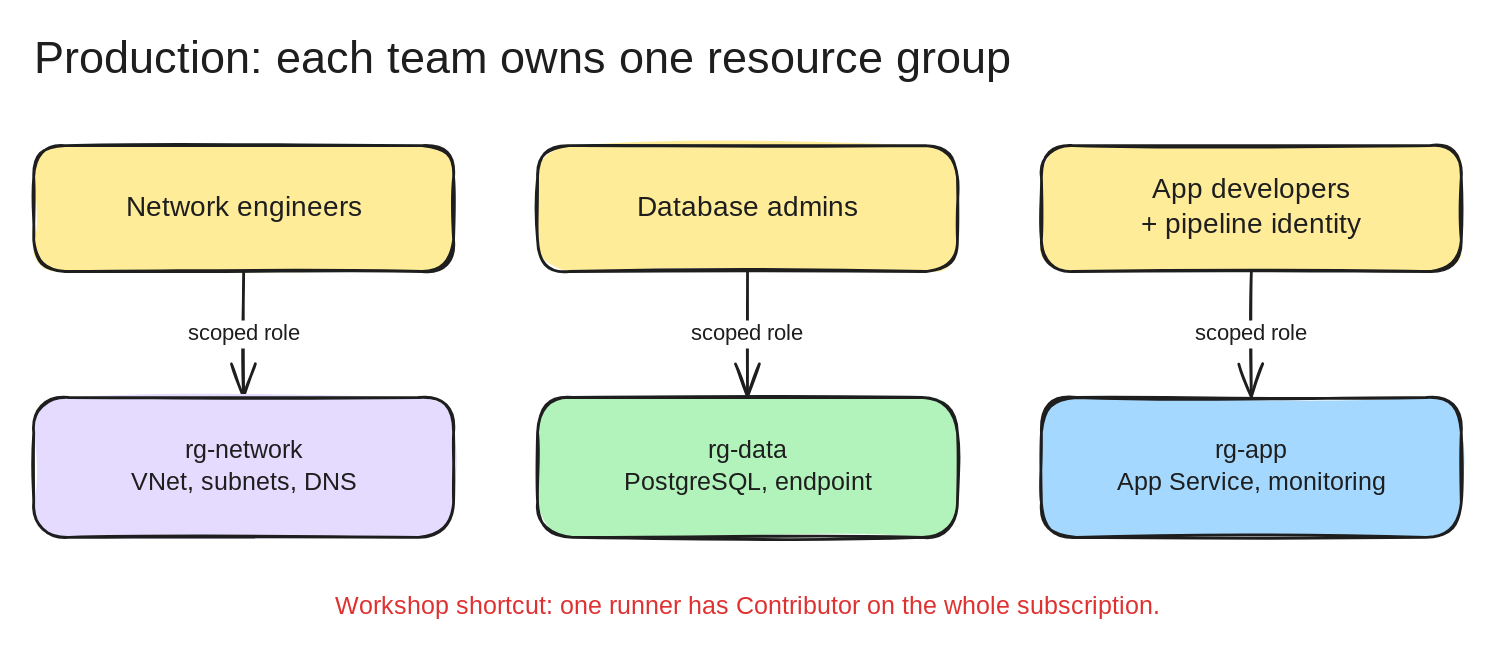
The Excalidraw diagram docs/diagrams/production-rbac.excalidraw.svg in lenvolk/guard-timekeeping, before a commit. Source tidied: one line per element, renumbered; positions are measured from the earlier drawing's top-left corner, leaving out a move shared by most shapes. Source of this version:
```json
{"id": 0, "type": "text", "text": "Production: each team owns one resource group", "strokeColor": "#1e1e1e", "strokeWidth": 2, "roughness": 1, "fontSize": 32, "fontFamily": 5, "x": 0, "y": 0, "width": 684, "height": 40}
{"id": 1, "type": "rectangle", "strokeColor": "#1e1e1e", "backgroundColor": "#ffec99", "fillStyle": "solid", "strokeWidth": 2, "roughness": 1, "round": true, "x": 0, "y": 80, "width": 300, "height": 90}
{"id": 2, "type": "rectangle", "strokeColor": "#1e1e1e", "backgroundColor": "#ffec99", "fillStyle": "solid", "strokeWidth": 2, "roughness": 1, "round": true, "x": 360, "y": 80, "width": 300, "height": 90}
{"id": 3, "type": "rectangle", "strokeColor": "#1e1e1e", "backgroundColor": "#ffec99", "fillStyle": "solid", "strokeWidth": 2, "roughness": 1, "round": true, "x": 720, "y": 80, "width": 300, "height": 90}
{"id": 4, "type": "arrow", "strokeColor": "#1e1e1e", "strokeWidth": 2, "roughness": 1, "endArrowhead": "arrow", "x": 150, "y": 170, "width": 0, "height": 89, "points": [[0, 0], [0, 89]]}
{"id": 5, "type": "arrow", "strokeColor": "#1e1e1e", "strokeWidth": 2, "roughness": 1, "endArrowhead": "arrow", "x": 510, "y": 170, "width": 0, "height": 89, "points": [[0, 0], [0, 89]]}
{"id": 6, "type": "arrow", "strokeColor": "#1e1e1e", "strokeWidth": 2, "roughness": 1, "endArrowhead": "arrow", "x": 870, "y": 170, "width": 0, "height": 89, "points": [[0, 0], [0, 89]]}
{"id": 7, "type": "rectangle", "strokeColor": "#1e1e1e", "backgroundColor": "#e5dbff", "fillStyle": "solid", "strokeWidth": 2, "roughness": 1, "round": true, "x": 0, "y": 260, "width": 300, "height": 100}
{"id": 8, "type": "rectangle", "strokeColor": "#1e1e1e", "backgroundColor": "#b2f2bb", "fillStyle": "solid", "strokeWidth": 2, "roughness": 1, "round": true, "x": 360, "y": 260, "width": 300, "height": 100}
{"id": 9, "type": "rectangle", "strokeColor": "#1e1e1e", "backgroundColor": "#a5d8ff", "fillStyle": "solid", "strokeWidth": 2, "roughness": 1, "round": true, "x": 720, "y": 260, "width": 300, "height": 100}
{"id": 10, "type": "rectangle", "strokeColor": "transparent", "strokeWidth": 2, "roughness": 1, "x": 0, "y": 390, "width": 1020, "height": 40}
{"id": 11, "type": "text", "text": "Network engineers", "strokeColor": "#1e1e1e", "strokeWidth": 2, "roughness": 1, "fontSize": 20, "fontFamily": 5, "textAlign": "center", "verticalAlign": "middle", "inside": 1, "x": 67, "y": 112, "width": 167, "height": 25}
{"id": 12, "type": "text", "text": "Database admins", "strokeColor": "#1e1e1e", "strokeWidth": 2, "roughness": 1, "fontSize": 20, "fontFamily": 5, "textAlign": "center", "verticalAlign": "middle", "inside": 2, "x": 434, "y": 112, "width": 151, "height": 25}
{"id": 13, "type": "text", "text": "App developers\n+ pipeline identity", "strokeColor": "#1e1e1e", "strokeWidth": 2, "roughness": 1, "fontSize": 20, "fontFamily": 5, "textAlign": "center", "verticalAlign": "middle", "inside": 3, "x": 789, "y": 100, "width": 161, "height": 50}
{"id": 14, "type": "text", "text": "scoped role", "strokeColor": "#1e1e1e", "strokeWidth": 2, "roughness": 1, "fontSize": 16, "fontFamily": 5, "textAlign": "center", "verticalAlign": "middle", "inside": 4, "x": 109, "y": 205, "width": 82, "height": 20}
{"id": 15, "type": "text", "text": "scoped role", "strokeColor": "#1e1e1e", "strokeWidth": 2, "roughness": 1, "fontSize": 16, "fontFamily": 5, "textAlign": "center", "verticalAlign": "middle", "inside": 5, "x": 469, "y": 205, "width": 82, "height": 20}
{"id": 16, "type": "text", "text": "scoped role", "strokeColor": "#1e1e1e", "strokeWidth": 2, "roughness": 1, "fontSize": 16, "fontFamily": 5, "textAlign": "center", "verticalAlign": "middle", "inside": 6, "x": 829, "y": 205, "width": 82, "height": 20}
{"id": 17, "type": "text", "text": "rg-network\nVNet, subnets, DNS", "strokeColor": "#1e1e1e", "strokeWidth": 2, "roughness": 1, "fontSize": 18, "fontFamily": 5, "textAlign": "center", "verticalAlign": "middle", "inside": 7, "x": 72, "y": 288, "width": 155, "height": 45}
{"id": 18, "type": "text", "text": "rg-data\nPostgreSQL, endpoint", "strokeColor": "#1e1e1e", "strokeWidth": 2, "roughness": 1, "fontSize": 18, "fontFamily": 5, "textAlign": "center", "verticalAlign": "middle", "inside": 8, "x": 424, "y": 288, "width": 172, "height": 45}
{"id": 19, "type": "text", "text": "rg-app\nApp Service, monitoring", "strokeColor": "#1e1e1e", "strokeWidth": 2, "roughness": 1, "fontSize": 18, "fontFamily": 5, "textAlign": "center", "verticalAlign": "middle", "inside": 9, "x": 774, "y": 288, "width": 192, "height": 45}
{"id": 20, "type": "text", "text": "Workshop shortcut: one runner has Contributor on the whole subscription.", "strokeColor": "#e03131", "strokeWidth": 2, "roughness": 1, "fontSize": 18, "fontFamily": 5, "textAlign": "center", "verticalAlign": "middle", "inside": 10, "x": 214, "y": 399, "width": 591, "height": 22}
```
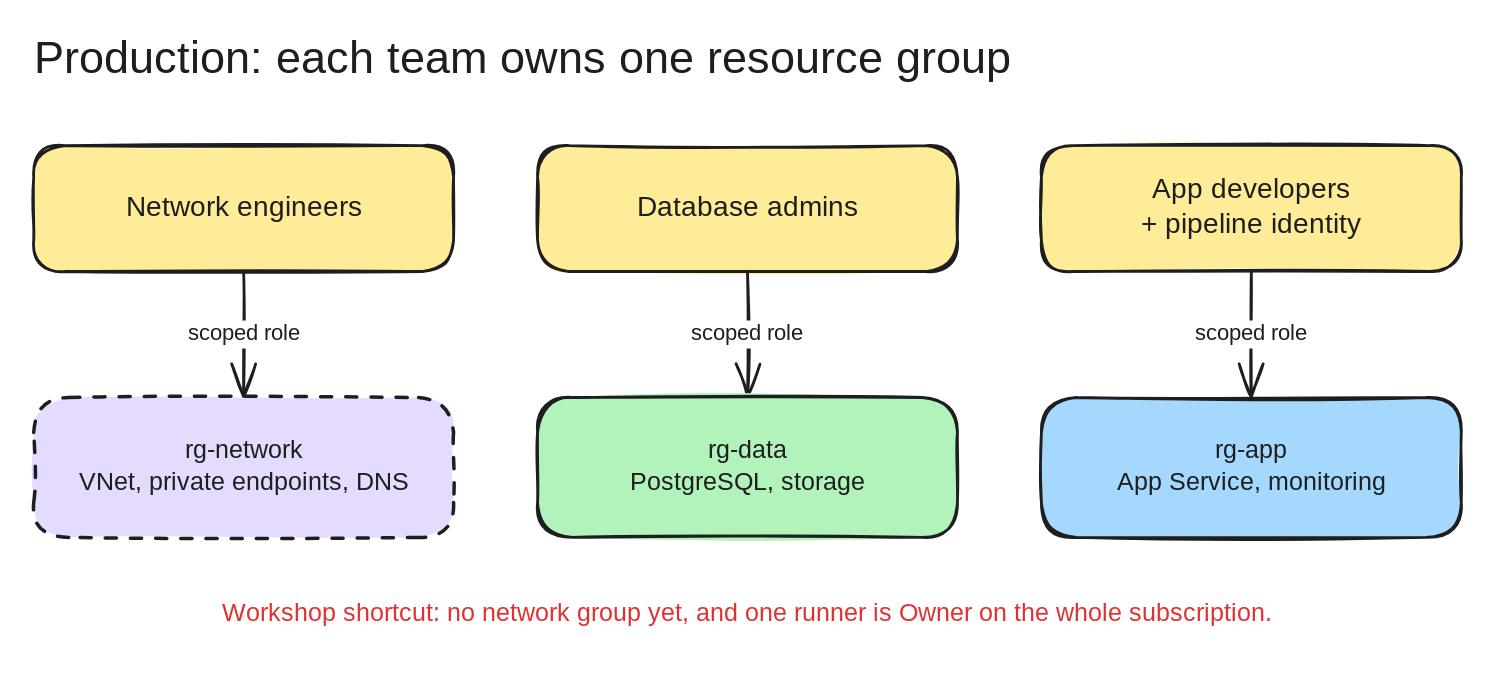
Above is the later version.

The edit, as a diff of the source:
```diff
@@ -5,17 +5,17 @@
 {"id": 4, "type": "arrow", "strokeColor": "#1e1e1e", "strokeWidth": 2, "roughness": 1, "endArrowhead": "arrow", "x": 150, "y": 170, "width": 0, "height": 89, "points": [[0, 0], [0, 89]]}
 {"id": 5, "type": "arrow", "strokeColor": "#1e1e1e", "strokeWidth": 2, "roughness": 1, "endArrowhead": "arrow", "x": 510, "y": 170, "width": 0, "height": 89, "points": [[0, 0], [0, 89]]}
 {"id": 6, "type": "arrow", "strokeColor": "#1e1e1e", "strokeWidth": 2, "roughness": 1, "endArrowhead": "arrow", "x": 870, "y": 170, "width": 0, "height": 89, "points": [[0, 0], [0, 89]]}
-{"id": 7, "type": "rectangle", "strokeColor": "#1e1e1e", "backgroundColor": "#e5dbff", "fillStyle": "solid", "strokeWidth": 2, "roughness": 1, "round": true, "x": 0, "y": 260, "width": 300, "height": 100}
+{"id": 7, "type": "rectangle", "strokeColor": "#1e1e1e", "backgroundColor": "#e5dbff", "fillStyle": "solid", "strokeWidth": 2, "strokeStyle": "dashed", "roughness": 1, "round": true, "x": 0, "y": 260, "width": 300, "height": 100}
 {"id": 8, "type": "rectangle", "strokeColor": "#1e1e1e", "backgroundColor": "#b2f2bb", "fillStyle": "solid", "strokeWidth": 2, "roughness": 1, "round": true, "x": 360, "y": 260, "width": 300, "height": 100}
 {"id": 9, "type": "rectangle", "strokeColor": "#1e1e1e", "backgroundColor": "#a5d8ff", "fillStyle": "solid", "strokeWidth": 2, "roughness": 1, "round": true, "x": 720, "y": 260, "width": 300, "height": 100}
-{"id": 10, "type": "rectangle", "strokeColor": "transparent", "strokeWidth": 2, "roughness": 1, "x": 0, "y": 390, "width": 1020, "height": 40}
+{"id": 10, "type": "rectangle", "strokeColor": "transparent", "strokeWidth": 2, "roughness": 1, "x": 0, "y": 390, "width": 1020, "height": 50}
 {"id": 11, "type": "text", "text": "Network engineers", "strokeColor": "#1e1e1e", "strokeWidth": 2, "roughness": 1, "fontSize": 20, "fontFamily": 5, "textAlign": "center", "verticalAlign": "middle", "inside": 1, "x": 67, "y": 112, "width": 167, "height": 25}
 {"id": 12, "type": "text", "text": "Database admins", "strokeColor": "#1e1e1e", "strokeWidth": 2, "roughness": 1, "fontSize": 20, "fontFamily": 5, "textAlign": "center", "verticalAlign": "middle", "inside": 2, "x": 434, "y": 112, "width": 151, "height": 25}
 {"id": 13, "type": "text", "text": "App developers\n+ pipeline identity", "strokeColor": "#1e1e1e", "strokeWidth": 2, "roughness": 1, "fontSize": 20, "fontFamily": 5, "textAlign": "center", "verticalAlign": "middle", "inside": 3, "x": 789, "y": 100, "width": 161, "height": 50}
-{"id": 14, "type": "text", "text": "scoped role", "strokeColor": "#1e1e1e", "strokeWidth": 2, "roughness": 1, "fontSize": 16, "fontFamily": 5, "textAlign": "center", "verticalAlign": "middle", "inside": 4, "x": 109, "y": 205, "width": 82, "height": 20}
-{"id": 15, "type": "text", "text": "scoped role", "strokeColor": "#1e1e1e", "strokeWidth": 2, "roughness": 1, "fontSize": 16, "fontFamily": 5, "textAlign": "center", "verticalAlign": "middle", "inside": 5, "x": 469, "y": 205, "width": 82, "height": 20}
-{"id": 16, "type": "text", "text": "scoped role", "strokeColor": "#1e1e1e", "strokeWidth": 2, "roughness": 1, "fontSize": 16, "fontFamily": 5, "textAlign": "center", "verticalAlign": "middle", "inside": 6, "x": 829, "y": 205, "width": 82, "height": 20}
-{"id": 17, "type": "text", "text": "rg-network\nVNet, subnets, DNS", "strokeColor": "#1e1e1e", "strokeWidth": 2, "roughness": 1, "fontSize": 18, "fontFamily": 5, "textAlign": "center", "verticalAlign": "middle", "inside": 7, "x": 72, "y": 288, "width": 155, "height": 45}
-{"id": 18, "type": "text", "text": "rg-data\nPostgreSQL, endpoint", "strokeColor": "#1e1e1e", "strokeWidth": 2, "roughness": 1, "fontSize": 18, "fontFamily": 5, "textAlign": "center", "verticalAlign": "middle", "inside": 8, "x": 424, "y": 288, "width": 172, "height": 45}
+{"id": 21, "type": "text", "text": "scoped role", "strokeColor": "#1e1e1e", "strokeWidth": 2, "roughness": 1, "fontSize": 16, "fontFamily": 5, "textAlign": "center", "verticalAlign": "middle", "inside": 4, "x": 109, "y": 205, "width": 82, "height": 20}
+{"id": 22, "type": "text", "text": "scoped role", "strokeColor": "#1e1e1e", "strokeWidth": 2, "roughness": 1, "fontSize": 16, "fontFamily": 5, "textAlign": "center", "verticalAlign": "middle", "inside": 5, "x": 469, "y": 205, "width": 82, "height": 20}
+{"id": 23, "type": "text", "text": "scoped role", "strokeColor": "#1e1e1e", "strokeWidth": 2, "roughness": 1, "fontSize": 16, "fontFamily": 5, "textAlign": "center", "verticalAlign": "middle", "inside": 6, "x": 829, "y": 205, "width": 82, "height": 20}
+{"id": 24, "type": "text", "text": "rg-network\nVNet, private endpoints, DNS", "strokeColor": "#1e1e1e", "strokeWidth": 2, "roughness": 1, "fontSize": 18, "fontFamily": 5, "textAlign": "center", "verticalAlign": "middle", "inside": 7, "x": 34, "y": 288, "width": 232, "height": 45}
+{"id": 25, "type": "text", "text": "rg-data\nPostgreSQL, storage", "strokeColor": "#1e1e1e", "strokeWidth": 2, "roughness": 1, "fontSize": 18, "fontFamily": 5, "textAlign": "center", "verticalAlign": "middle", "inside": 8, "x": 430, "y": 288, "width": 160, "height": 45}
 {"id": 19, "type": "text", "text": "rg-app\nApp Service, monitoring", "strokeColor": "#1e1e1e", "strokeWidth": 2, "roughness": 1, "fontSize": 18, "fontFamily": 5, "textAlign": "center", "verticalAlign": "middle", "inside": 9, "x": 774, "y": 288, "width": 192, "height": 45}
-{"id": 20, "type": "text", "text": "Workshop shortcut: one runner has Contributor on the whole subscription.", "strokeColor": "#e03131", "strokeWidth": 2, "roughness": 1, "fontSize": 18, "fontFamily": 5, "textAlign": "center", "verticalAlign": "middle", "inside": 10, "x": 214, "y": 399, "width": 591, "height": 22}
+{"id": 26, "type": "text", "text": "Workshop shortcut: no network group yet, and one runner is Owner on the whole subscription.", "strokeColor": "#e03131", "strokeWidth": 2, "roughness": 1, "fontSize": 18, "fontFamily": 5, "textAlign": "center", "verticalAlign": "middle", "inside": 10, "x": 134, "y": 404, "width": 752, "height": 22}
```
